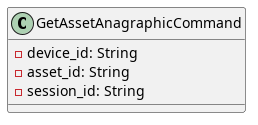
Earlier version of the PlantUML export src/PB/DocumentazioneEsterna/Specifica_Tecnica/content/uml/png/GetAssetAnagraphic/GetAssetAnagraphicCommand.png (GroupRubberDuck/Documentazione).
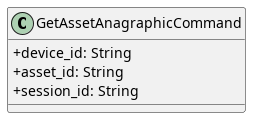
Later version of the same file.

Diff of the diagram source:
```diff
@@ -1,9 +1,9 @@
 @startuml GetAssetAnagraphicCommand
-
+skinparam ClassAttributeIconSize 0
 class GetAssetAnagraphicCommand {
-    - device_id: String
-    - asset_id: String
-    - session_id: String
+    + device_id: String
+    + asset_id: String
+    + session_id: String
 }
 
 @enduml
```
